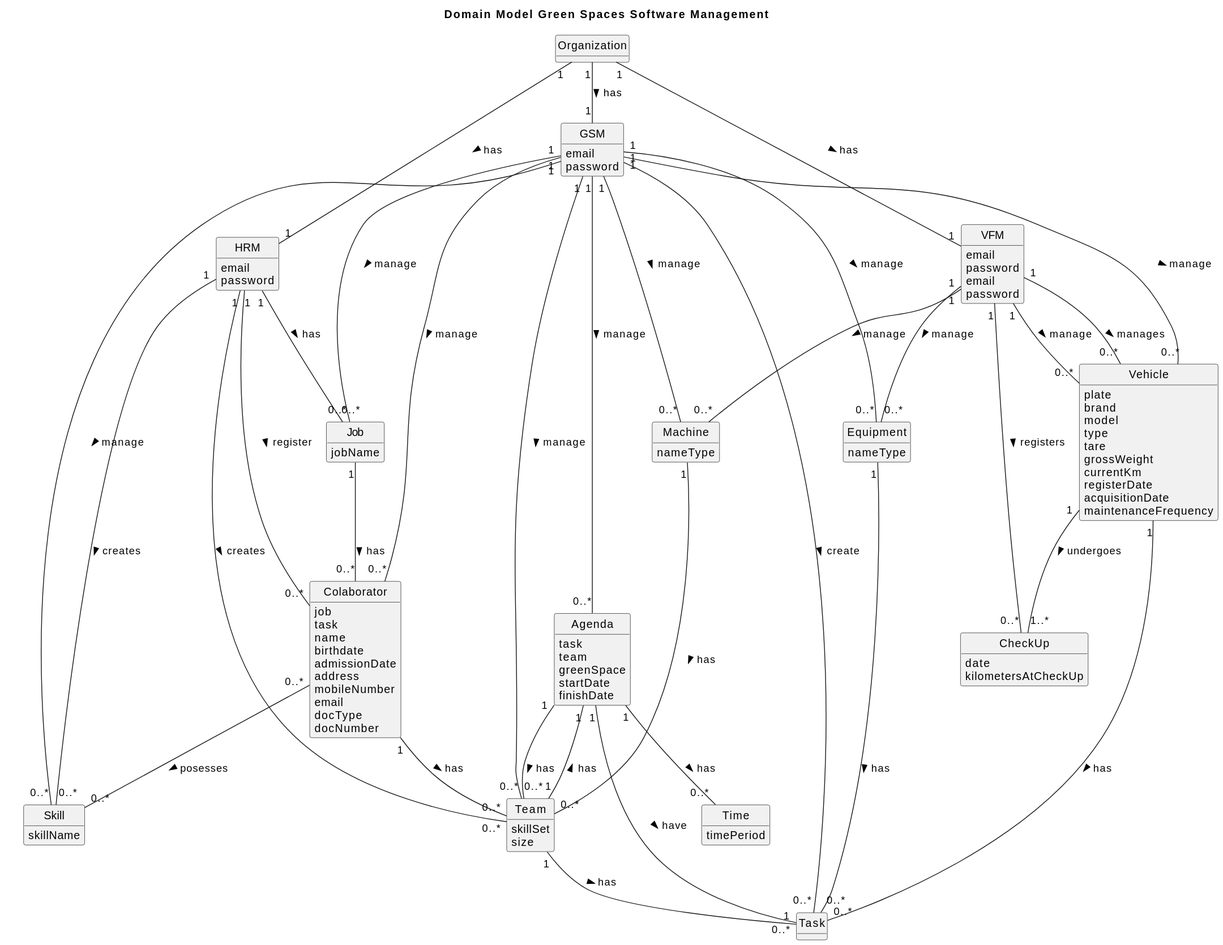
Before: docs/sprintA/global-artifacts/02.analysis/svg/project-domain-model.svg, a diagram exported from PlantUML (francisc-o-liveira/lei-24-s2-1dp-g163).
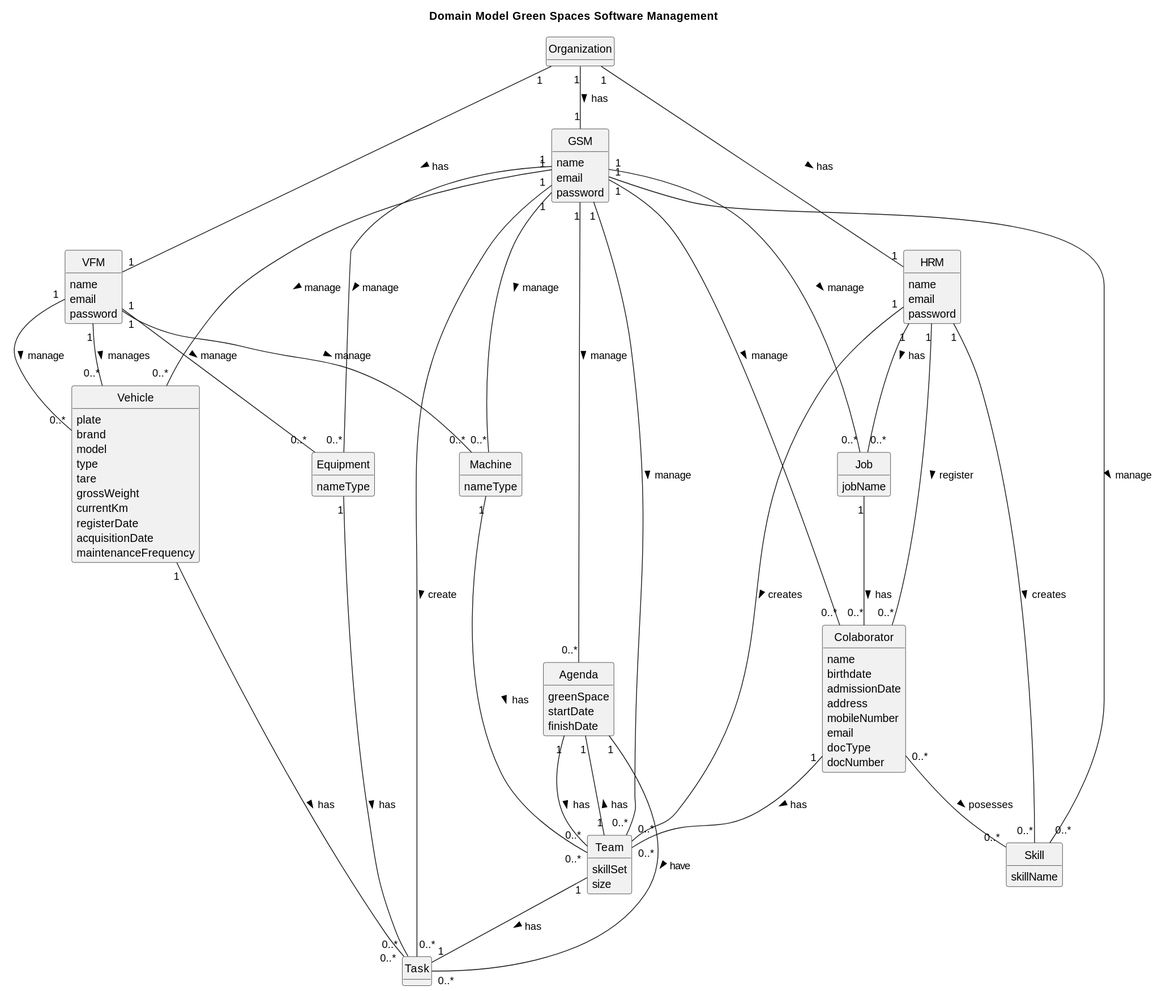
Above is the later version.

Diff of the diagram source:
```diff
@@ -16,6 +16,7 @@
 
 
 class HRM{
+    name
     email
     password
 }
@@ -25,11 +26,13 @@
 }
 
 class VFM{
+    name
     email
     password
 }
 
 class GSM{
+    name
     email
     password
 }
@@ -47,19 +50,7 @@
     maintenanceFrequency
 }
 
-class VFM{
-    email
-    password
-}
-
-class CheckUp {
-    date
-    kilometersAtCheckUp
-}
-
 class Agenda{
-    task
-    team
     greenSpace
     startDate
     finishDate
@@ -84,8 +75,6 @@
 
 
 class Colaborator {
-    job
-    task
     name
     birthdate
     admissionDate
@@ -96,9 +85,6 @@
     docNumber
 }
 
-class Time{
-    timePeriod
-}
 
 
 Organization "1" -- "1" HRM : has >
@@ -114,7 +100,6 @@
 VFM "1" -- "0..*" Equipment : manage >
 VFM "1" -- "0..*" Machine : manage >
 VFM "1" -- "0..*" Vehicle : manages >
-VFM "1" -- "0..*" CheckUp : registers >
 
 GSM "1" --- "0..*" Colaborator : manage >
 GSM "1" --- "0..*" Vehicle : manage >
@@ -127,7 +112,6 @@
 GSM "1" --- "0..*" Skill : manage >
 
 Vehicle "1" -- "0..*" Task : has >
-Vehicle "1" -- "1..*" CheckUp : undergoes >
 
 Equipment "1" -- "0..*" Task : has >
 
@@ -144,5 +128,4 @@
 
 Agenda "1" -- "0..*" Team : has >
 Agenda "1" -- "0..*" Task : have >
-Agenda "1" -- "0..*" Time : has >
 @enduml
```
